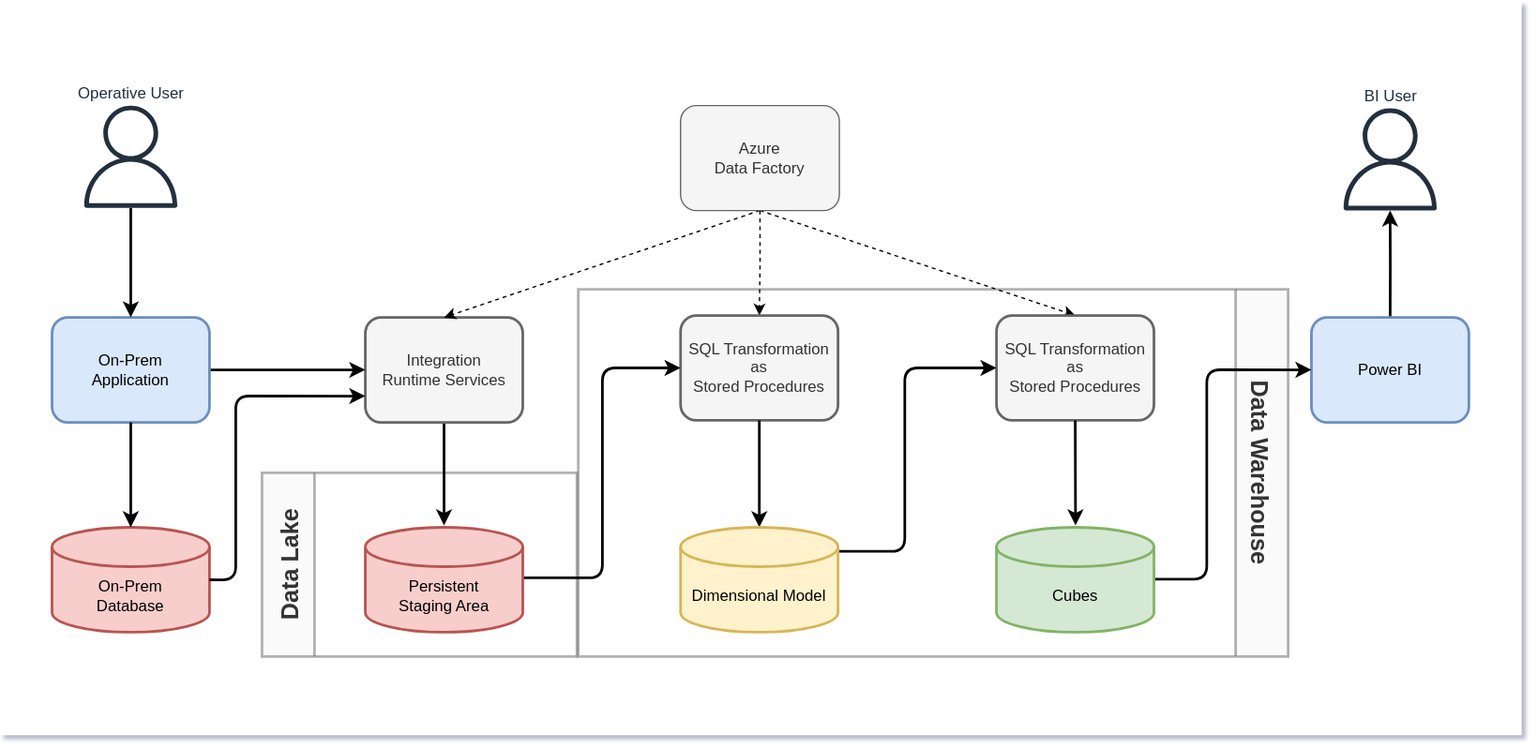
This is architecture-overview.drawio.svg from petracarrion/pareto-data-platform, a draw.io export, as it was before one commit. Source tidied: cells renumbered, new cells last; positions are measured from the earlier drawing's top-left corner, leaving out a move shared by most shapes.
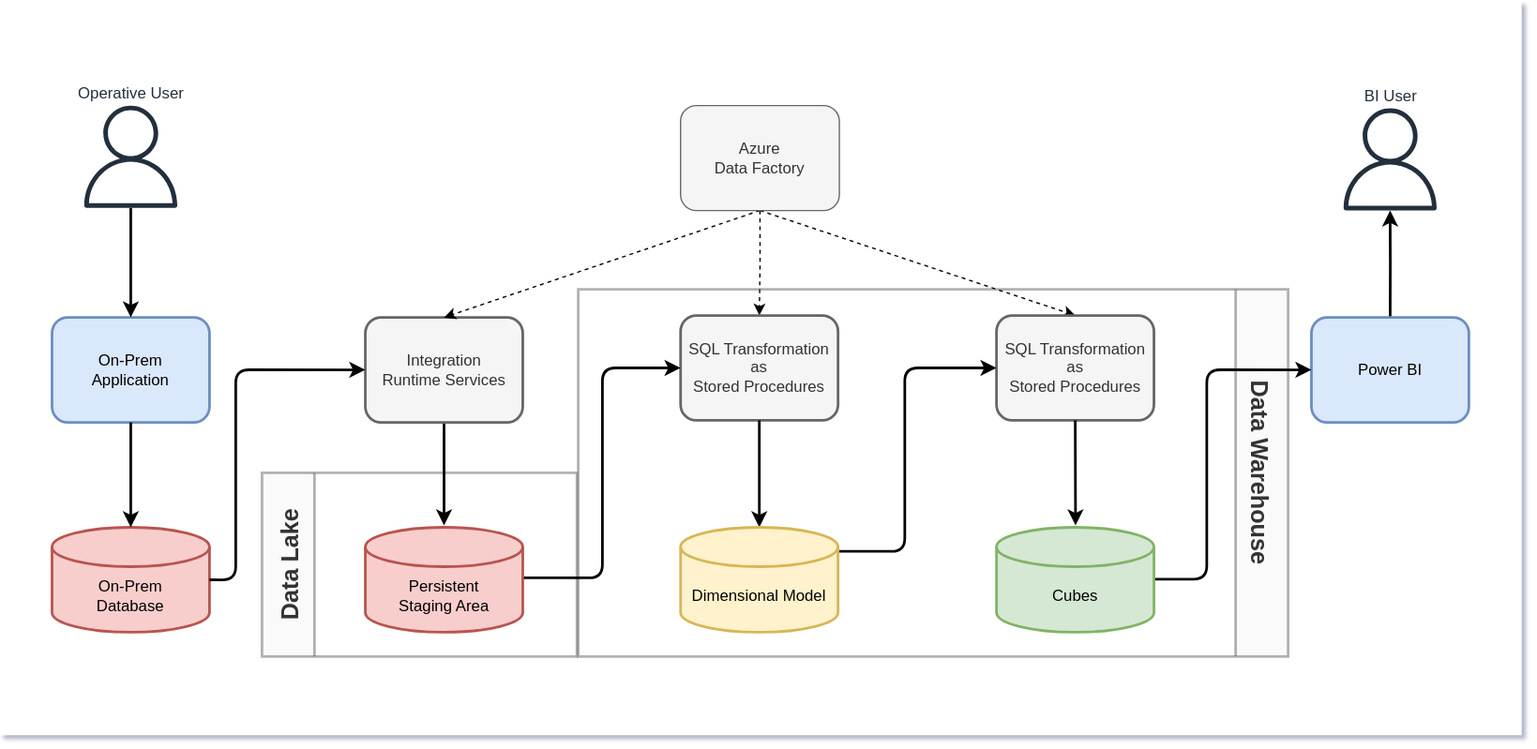
Later version of the same file.

The edit, as a diff of the source:
```diff
@@ -23,11 +23,11 @@
     <mxCell id="8" value="On-Prem&lt;div&gt;Database&lt;/div&gt;" style="shape=cylinder3;whiteSpace=wrap;html=1;boundedLbl=1;backgroundOutline=1;size=15;fillColor=#f8cecc;strokeColor=#b85450;strokeWidth=2;perimeterSpacing=0;" parent="5" vertex="1">
       <mxGeometry x="40" y="401.5" width="120" height="80" as="geometry" />
     </mxCell>
-    <mxCell id="9" style="edgeStyle=orthogonalEdgeStyle;rounded=1;jettySize=auto;html=1;entryX=0;entryY=0.75;entryDx=0;entryDy=0;strokeWidth=2;exitX=1;exitY=0.5;exitDx=0;exitDy=0;exitPerimeter=0;" parent="5" edge="1" source="8" target="7">
+    <mxCell id="9" style="edgeStyle=orthogonalEdgeStyle;rounded=1;jettySize=auto;html=1;entryX=0;entryY=0.5;entryDx=0;entryDy=0;strokeWidth=2;exitX=1;exitY=0.5;exitDx=0;exitDy=0;exitPerimeter=0;" parent="5" edge="1" source="8" target="7">
       <mxGeometry relative="1" as="geometry">
         <Array as="points">
           <mxPoint x="180" y="442" />
-          <mxPoint x="180" y="301" />
+          <mxPoint x="180" y="282" />
         </Array>
       </mxGeometry>
     </mxCell>
@@ -73,9 +73,6 @@
     <mxCell id="21" value="Power BI" style="rounded=1;whiteSpace=wrap;html=1;fillColor=#dae8fc;strokeColor=#6c8ebf;strokeWidth=2;perimeterSpacing=0;" parent="5" vertex="1">
       <mxGeometry x="999.8" y="241.5" width="120" height="80" as="geometry" />
     </mxCell>
-    <mxCell id="22" style="edgeStyle=orthogonalEdgeStyle;rounded=0;jettySize=auto;html=1;exitX=1;exitY=0.5;exitDx=0;exitDy=0;strokeWidth=2;entryX=0;entryY=0.5;entryDx=0;entryDy=0;" parent="5" edge="1" source="23" target="7">
-      <mxGeometry relative="1" as="geometry" />
-    </mxCell>
     <mxCell id="23" value="On-Prem&lt;div&gt;Application&lt;/div&gt;" style="rounded=1;whiteSpace=wrap;html=1;fillColor=#dae8fc;strokeColor=#6c8ebf;strokeWidth=2;perimeterSpacing=0;" parent="5" vertex="1">
       <mxGeometry x="40" y="241.5" width="120" height="80" as="geometry" />
     </mxCell>
```
